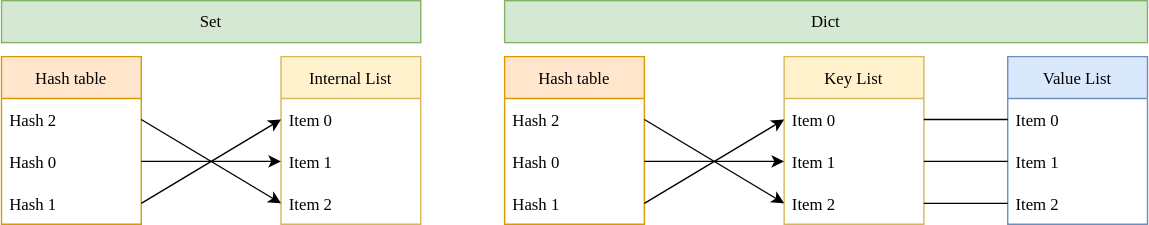
Earlier version of the draw.io export language/set-dict-hashtable.svg (TeskaLabs/splang-docs). Source tidied: cells renumbered, new cells last; positions are measured from the earlier drawing's top-left corner, leaving out a move shared by most shapes.
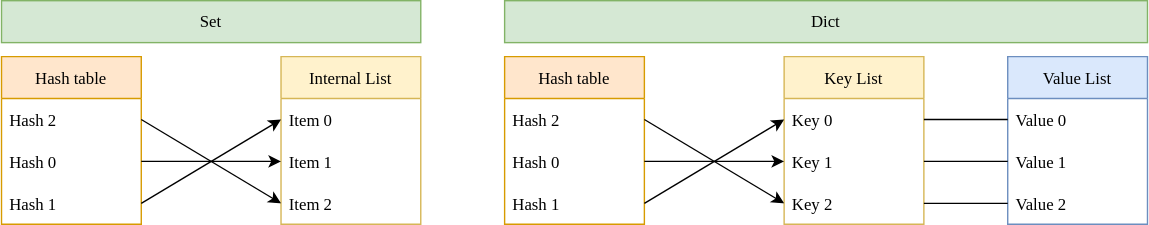
Later version of the same file.

Change to the diagram source:
```diff
@@ -44,13 +44,13 @@
     <mxCell id="15" value="Key List" style="swimlane;fontStyle=0;horizontal=1;startSize=30;fontFamily=Verdana;fillColor=#fff2cc;strokeColor=#d6b656;" parent="1" vertex="1">
       <mxGeometry x="560" y="40" width="100" height="120" as="geometry" />
     </mxCell>
-    <mxCell id="16" value="Item 0" style="text;strokeColor=none;fillColor=none;align=left;verticalAlign=middle;spacingLeft=4;spacingRight=4;overflow=hidden;points=[[0,0.5],[1,0.5]];portConstraint=eastwest;fontFamily=Verdana;" parent="15" vertex="1">
+    <mxCell id="16" value="Key 0" style="text;strokeColor=none;fillColor=none;align=left;verticalAlign=middle;spacingLeft=4;spacingRight=4;overflow=hidden;points=[[0,0.5],[1,0.5]];portConstraint=eastwest;fontFamily=Verdana;" parent="15" vertex="1">
       <mxGeometry y="30" width="100" height="30" as="geometry" />
     </mxCell>
-    <mxCell id="17" value="Item 1" style="text;strokeColor=none;fillColor=none;align=left;verticalAlign=middle;spacingLeft=4;spacingRight=4;overflow=hidden;points=[[0,0.5],[1,0.5]];portConstraint=eastwest;fontFamily=Verdana;" parent="15" vertex="1">
+    <mxCell id="17" value="Key 1" style="text;strokeColor=none;fillColor=none;align=left;verticalAlign=middle;spacingLeft=4;spacingRight=4;overflow=hidden;points=[[0,0.5],[1,0.5]];portConstraint=eastwest;fontFamily=Verdana;" parent="15" vertex="1">
       <mxGeometry y="60" width="100" height="30" as="geometry" />
     </mxCell>
-    <mxCell id="18" value="Item 2" style="text;strokeColor=none;fillColor=none;align=left;verticalAlign=middle;spacingLeft=4;spacingRight=4;overflow=hidden;points=[[0,0.5],[1,0.5]];portConstraint=eastwest;fontFamily=Verdana;" parent="15" vertex="1">
+    <mxCell id="18" value="Key 2" style="text;strokeColor=none;fillColor=none;align=left;verticalAlign=middle;spacingLeft=4;spacingRight=4;overflow=hidden;points=[[0,0.5],[1,0.5]];portConstraint=eastwest;fontFamily=Verdana;" parent="15" vertex="1">
       <mxGeometry y="90" width="100" height="30" as="geometry" />
     </mxCell>
     <mxCell id="19" value="Hash table" style="swimlane;fontStyle=0;horizontal=1;startSize=30;fontFamily=Verdana;fillColor=#ffe6cc;strokeColor=#d79b00;" parent="1" vertex="1">
@@ -77,13 +77,13 @@
     <mxCell id="26" value="Value List" style="swimlane;fontStyle=0;horizontal=1;startSize=30;fontFamily=Verdana;fillColor=#dae8fc;strokeColor=#6c8ebf;" parent="1" vertex="1">
       <mxGeometry x="720" y="40" width="100" height="120" as="geometry" />
     </mxCell>
-    <mxCell id="27" value="Item 0" style="text;strokeColor=none;fillColor=none;align=left;verticalAlign=middle;spacingLeft=4;spacingRight=4;overflow=hidden;points=[[0,0.5],[1,0.5]];portConstraint=eastwest;fontFamily=Verdana;" parent="26" vertex="1">
+    <mxCell id="27" value="Value 0" style="text;strokeColor=none;fillColor=none;align=left;verticalAlign=middle;spacingLeft=4;spacingRight=4;overflow=hidden;points=[[0,0.5],[1,0.5]];portConstraint=eastwest;fontFamily=Verdana;" parent="26" vertex="1">
       <mxGeometry y="30" width="100" height="30" as="geometry" />
     </mxCell>
-    <mxCell id="28" value="Item 1" style="text;strokeColor=none;fillColor=none;align=left;verticalAlign=middle;spacingLeft=4;spacingRight=4;overflow=hidden;points=[[0,0.5],[1,0.5]];portConstraint=eastwest;fontFamily=Verdana;" parent="26" vertex="1">
+    <mxCell id="28" value="Value 1" style="text;strokeColor=none;fillColor=none;align=left;verticalAlign=middle;spacingLeft=4;spacingRight=4;overflow=hidden;points=[[0,0.5],[1,0.5]];portConstraint=eastwest;fontFamily=Verdana;" parent="26" vertex="1">
       <mxGeometry y="60" width="100" height="30" as="geometry" />
     </mxCell>
-    <mxCell id="29" value="Item 2" style="text;strokeColor=none;fillColor=none;align=left;verticalAlign=middle;spacingLeft=4;spacingRight=4;overflow=hidden;points=[[0,0.5],[1,0.5]];portConstraint=eastwest;fontFamily=Verdana;" parent="26" vertex="1">
+    <mxCell id="29" value="Value 2" style="text;strokeColor=none;fillColor=none;align=left;verticalAlign=middle;spacingLeft=4;spacingRight=4;overflow=hidden;points=[[0,0.5],[1,0.5]];portConstraint=eastwest;fontFamily=Verdana;" parent="26" vertex="1">
       <mxGeometry y="90" width="100" height="30" as="geometry" />
     </mxCell>
     <mxCell id="30" style="endArrow=none;html=1;rounded=0;exitX=1;exitY=0.5;exitDx=0;exitDy=0;entryX=0;entryY=0.5;entryDx=0;entryDy=0;fontFamily=Verdana;" parent="1" edge="1" source="16" target="27">
```
